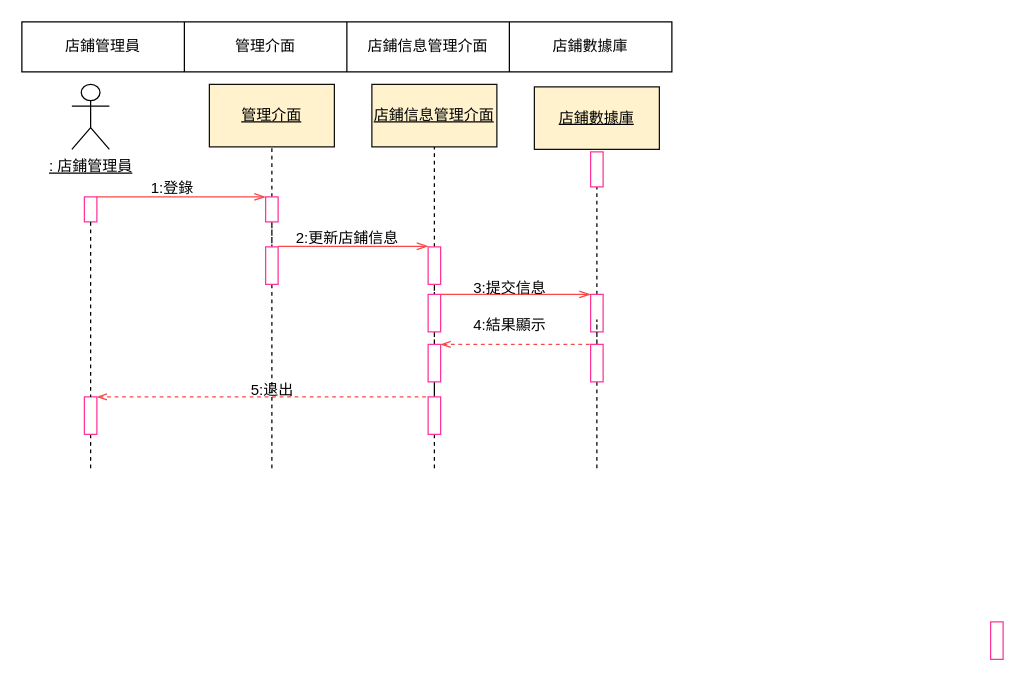
This is draw檔/5.1.3-1.drawio from 11024117/SE_Final-Paper, a draw.io file, before an edit. Source tidied: cells renumbered, new cells numbered last; positions are measured from the earlier drawing's top-left corner, leaving out a move shared by most shapes. Both pictures are drawn from the tidied source at 125%, with x=0, y=0 at pixel (21, 21).
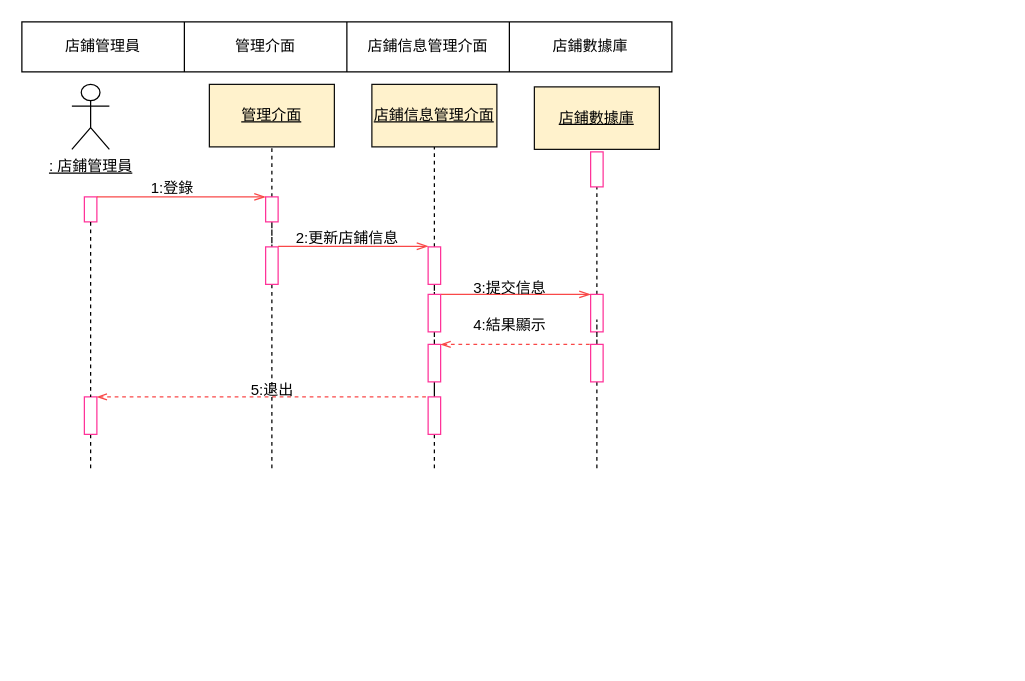
After the change.

Diff of the diagram source:
```diff
@@
-    <mxCell id="25" style="rounded=0;whiteSpace=wrap;html=1;strokeColor=#FF3399;" parent="1" vertex="1">
-      <mxGeometry x="775" y="480" width="10" height="30" as="geometry" />
-    </mxCell>
```
